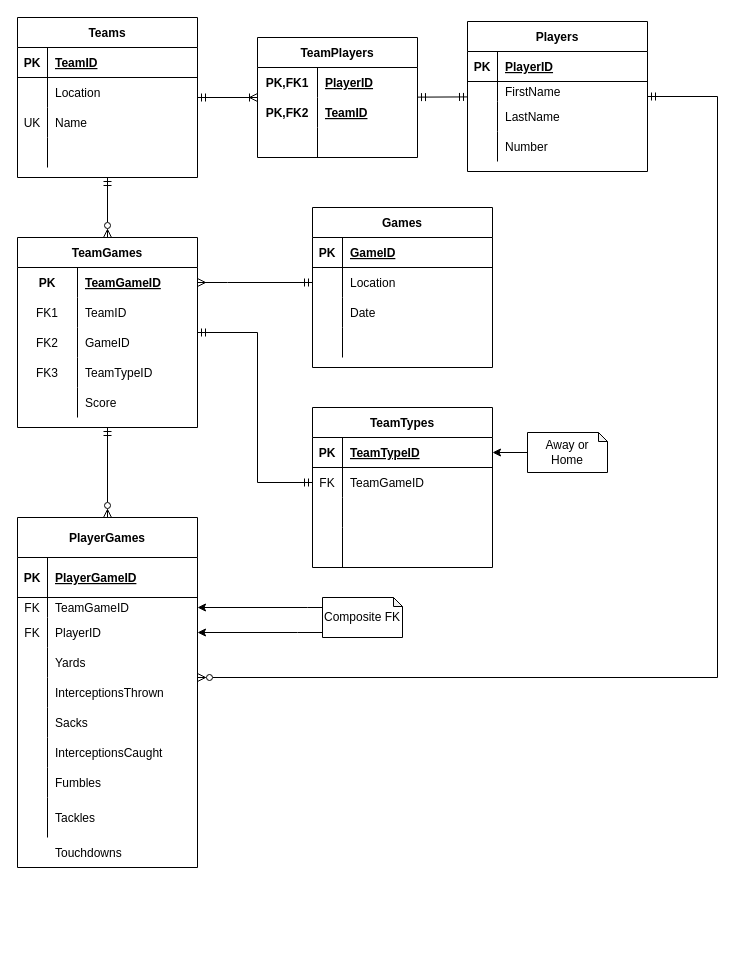
The draw.io diagram DatabaseDiagram.drawio in isaacPetersonKSU/560GroupProject, before the edit. Source tidied: cells renumbered, new cells numbered last; positions are measured from the earlier drawing's top-left corner, leaving out a move shared by most shapes. Both pictures are drawn from the tidied source at 100%, with x=0, y=0 at pixel (17, 17).
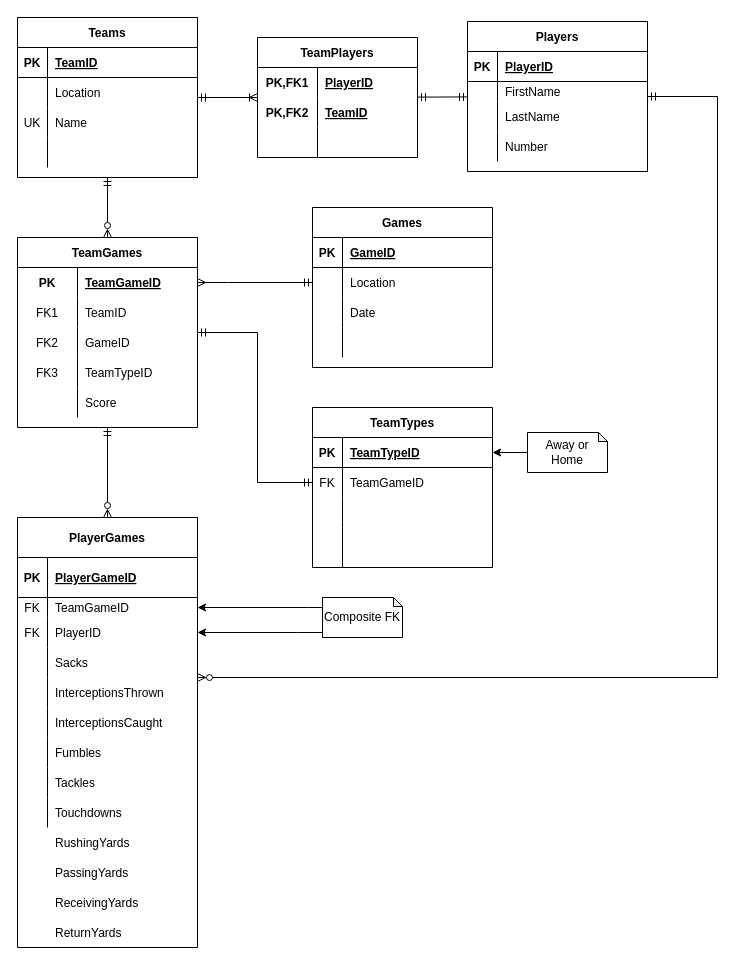
Above is the later version.

What changed in the source:
```diff
@@
     <mxCell id="43" value="PlayerGames" style="shape=table;startSize=40;childLayout=tableLayout;rowLines=0;fontStyle=1;align=center;" parent="1" vertex="1">
-      <mxGeometry y="500" width="180" height="350" as="geometry" />
+      <mxGeometry y="500" width="180" height="430" as="geometry" />
     </mxCell>
@@
-    <mxCell id="53" style="shape=partialRectangle;fillColor=none;top=0;left=0;bottom=0;right=0;align=center;" parent="43" vertex="1">
-      <mxGeometry y="130" width="180" height="30" as="geometry" />
-    </mxCell>
-    <mxCell id="54" style="shape=partialRectangle;fillColor=none;top=0;left=0;bottom=0;right=0;overflow=hidden;align=center;" parent="53" vertex="1">
-      <mxGeometry width="30" height="30" as="geometry" />
-    </mxCell>
-    <mxCell id="55" value="Yards" style="shape=partialRectangle;fillColor=none;top=0;left=0;bottom=0;right=0;align=left;spacingLeft=6;overflow=hidden;" parent="53" vertex="1">
-      <mxGeometry x="30" width="150" height="30" as="geometry" />
-    </mxCell>
+    <mxCell id="59" style="shape=partialRectangle;fillColor=none;top=0;left=0;bottom=0;right=0;" parent="43" vertex="1">
+      <mxGeometry y="130" width="180" height="30" as="geometry" />
+    </mxCell>
+    <mxCell id="60" style="shape=partialRectangle;fillColor=none;top=0;left=0;bottom=0;right=0;overflow=hidden;" parent="59" vertex="1">
+      <mxGeometry width="30" height="30" as="geometry" />
+    </mxCell>
+    <mxCell id="61" value="Sacks" style="shape=partialRectangle;fillColor=none;top=0;left=0;bottom=0;right=0;align=left;spacingLeft=6;overflow=hidden;" parent="59" vertex="1">
+      <mxGeometry x="30" width="150" height="30" as="geometry" />
+    </mxCell>
@@
-    <mxCell id="59" style="shape=partialRectangle;fillColor=none;top=0;left=0;bottom=0;right=0;" parent="43" vertex="1">
-      <mxGeometry y="190" width="180" height="30" as="geometry" />
-    </mxCell>
-    <mxCell id="60" style="shape=partialRectangle;fillColor=none;top=0;left=0;bottom=0;right=0;overflow=hidden;" parent="59" vertex="1">
-      <mxGeometry width="30" height="30" as="geometry" />
-    </mxCell>
-    <mxCell id="61" value="Sacks" style="shape=partialRectangle;fillColor=none;top=0;left=0;bottom=0;right=0;align=left;spacingLeft=6;overflow=hidden;" parent="59" vertex="1">
-      <mxGeometry x="30" width="150" height="30" as="geometry" />
-    </mxCell>
     <mxCell id="62" style="shape=partialRectangle;fillColor=none;top=0;left=0;bottom=0;right=0;" parent="43" vertex="1">
-      <mxGeometry y="220" width="180" height="30" as="geometry" />
+      <mxGeometry y="190" width="180" height="30" as="geometry" />
     </mxCell>
@@
     <mxCell id="65" style="shape=partialRectangle;fillColor=none;top=0;left=0;bottom=0;right=0;" parent="43" vertex="1">
-      <mxGeometry y="250" width="180" height="30" as="geometry" />
+      <mxGeometry y="220" width="180" height="30" as="geometry" />
     </mxCell>
@@
     <mxCell id="68" style="shape=partialRectangle;fillColor=none;top=0;left=0;bottom=0;right=0;" parent="43" vertex="1">
-      <mxGeometry y="280" width="180" height="40" as="geometry" />
+      <mxGeometry y="250" width="180" height="30" as="geometry" />
     </mxCell>
     <mxCell id="69" style="shape=partialRectangle;fillColor=none;top=0;left=0;bottom=0;right=0;overflow=hidden;" parent="68" vertex="1">
-      <mxGeometry width="30" height="40" as="geometry" />
+      <mxGeometry width="30" height="30" as="geometry" />
     </mxCell>
     <mxCell id="70" value="Tackles" style="shape=partialRectangle;fillColor=none;top=0;left=0;bottom=0;right=0;align=left;spacingLeft=6;overflow=hidden;" parent="68" vertex="1">
-      <mxGeometry x="30" width="150" height="40" as="geometry" />
+      <mxGeometry x="30" width="150" height="30" as="geometry" />
     </mxCell>
+    <mxCell id="53" style="shape=partialRectangle;fillColor=none;top=0;left=0;bottom=0;right=0;align=center;" parent="43" vertex="1">
+      <mxGeometry y="280" width="180" height="30" as="geometry" />
+    </mxCell>
+    <mxCell id="54" style="shape=partialRectangle;fillColor=none;top=0;left=0;bottom=0;right=0;overflow=hidden;align=center;" parent="53" vertex="1">
+      <mxGeometry width="30" height="30" as="geometry" />
+    </mxCell>
+    <mxCell id="55" value="Touchdowns" style="shape=partialRectangle;fillColor=none;top=0;left=0;bottom=0;right=0;align=left;spacingLeft=6;overflow=hidden;" parent="53" vertex="1">
+      <mxGeometry x="30" width="150" height="30" as="geometry" />
+    </mxCell>
@@
-    <mxCell id="117" value="Touchdowns" style="shape=partialRectangle;fillColor=none;top=0;left=0;bottom=0;right=0;align=left;spacingLeft=6;overflow=hidden;" parent="1" vertex="1">
-      <mxGeometry x="30" y="820" width="150" height="30" as="geometry" />
-    </mxCell>
@@
+    <mxCell id="121" value="RushingYards" style="shape=partialRectangle;fillColor=none;top=0;left=0;bottom=0;right=0;align=left;spacingLeft=6;overflow=hidden;direction=west;" parent="1" vertex="1">
+      <mxGeometry x="30" y="810" width="150" height="30" as="geometry" />
+    </mxCell>
+    <mxCell id="122" value="PassingYards" style="shape=partialRectangle;fillColor=none;top=0;left=0;bottom=0;right=0;align=left;spacingLeft=6;overflow=hidden;direction=west;" parent="1" vertex="1">
+      <mxGeometry x="30" y="840" width="150" height="30" as="geometry" />
+    </mxCell>
+    <mxCell id="123" value="ReceivingYards" style="shape=partialRectangle;fillColor=none;top=0;left=0;bottom=0;right=0;align=left;spacingLeft=6;overflow=hidden;direction=west;" parent="1" vertex="1">
+      <mxGeometry x="30" y="870" width="150" height="30" as="geometry" />
+    </mxCell>
+    <mxCell id="124" value="ReturnYards" style="shape=partialRectangle;fillColor=none;top=0;left=0;bottom=0;right=0;align=left;spacingLeft=6;overflow=hidden;direction=west;" parent="1" vertex="1">
+      <mxGeometry x="30" y="900" width="150" height="30" as="geometry" />
+    </mxCell>
```
